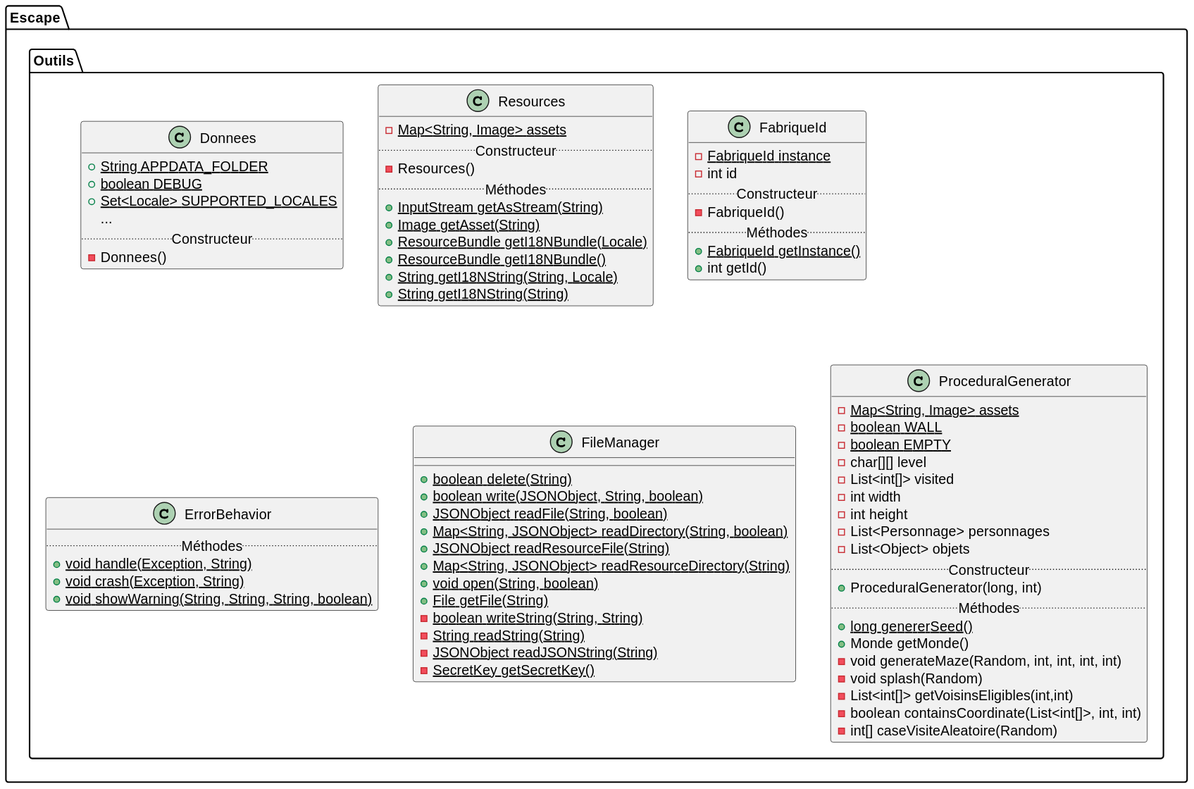
The PlantUML diagram docs/uml/class-diagram-outils.svg in victord54/escape, before a commit.
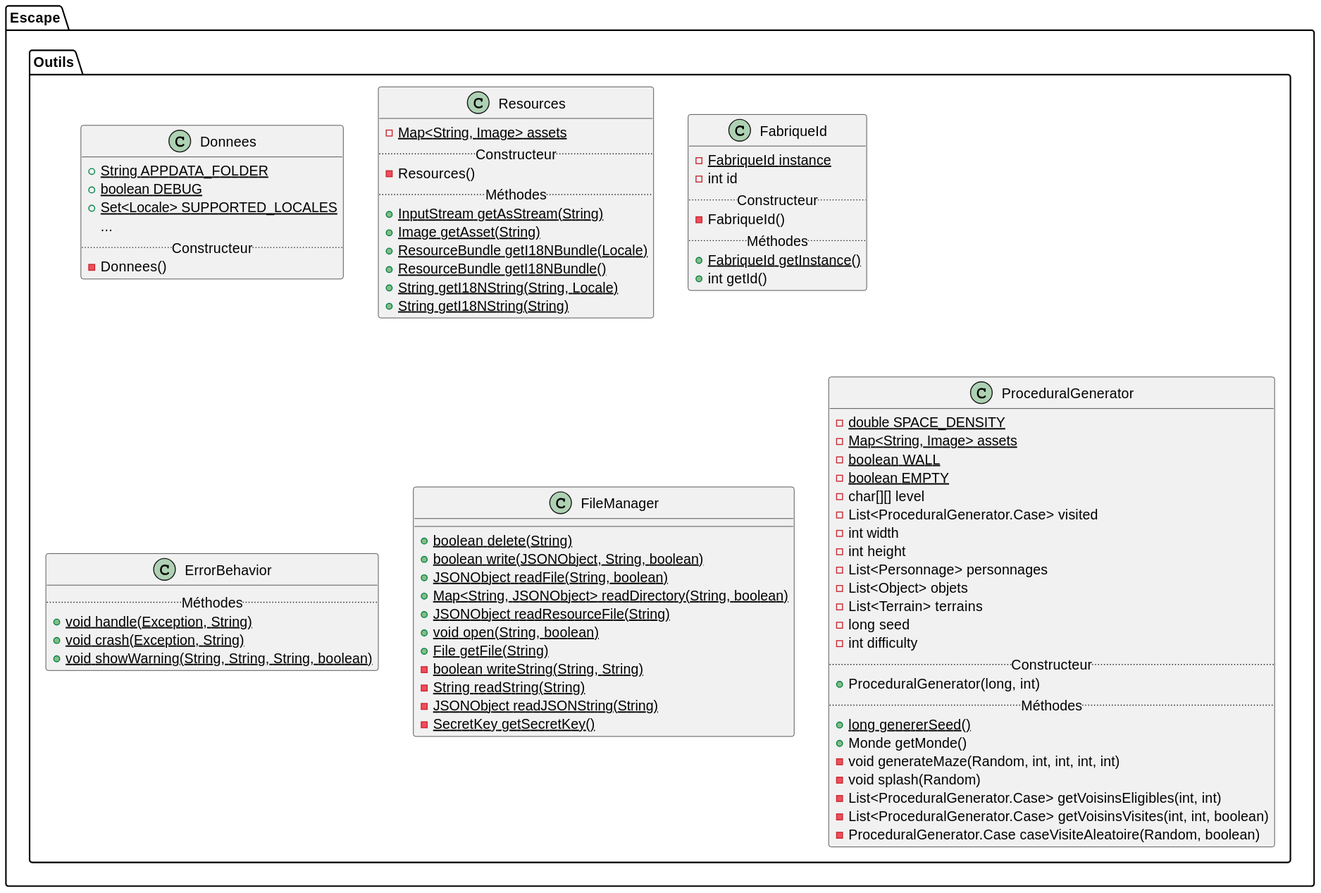
After the commit.

Change to the diagram source:
```diff
@@ -46,7 +46,6 @@
             + {static} JSONObject readFile(String, boolean)
             + {static} Map<String, JSONObject> readDirectory(String, boolean)
             + {static} JSONObject readResourceFile(String)
-            + {static} Map<String, JSONObject> readResourceDirectory(String)
             + {static} void open(String, boolean)
             + {static} File getFile(String)
             - {static} boolean writeString(String, String)
@@ -56,15 +55,19 @@
         }
 
         class ProceduralGenerator {
+            - {static} double SPACE_DENSITY
             - {static} Map<String, Image> assets
             - {static} boolean WALL
             - {static} boolean EMPTY
             - char[][] level
-            - List<int[]> visited
+            - List<ProceduralGenerator.Case> visited
             - int width
             - int height
             - List<Personnage> personnages
             - List<Object> objets
+            - List<Terrain> terrains
+            - long seed
+            - int difficulty
             ..Constructeur..
             + ProceduralGenerator(long, int)
             ..Méthodes..
@@ -72,9 +75,9 @@
             + Monde getMonde()
             - void generateMaze(Random, int, int, int, int)
             - void splash(Random)
-            - List<int[]> getVoisinsEligibles(int,int)
-            - boolean containsCoordinate(List<int[]>, int, int)
-            - int[] caseVisiteAleatoire(Random)
+            - List<ProceduralGenerator.Case> getVoisinsEligibles(int, int)
+            - List<ProceduralGenerator.Case> getVoisinsVisites(int, int, boolean)
+            - ProceduralGenerator.Case caseVisiteAleatoire(Random, boolean)
         }
     }
 }
```
